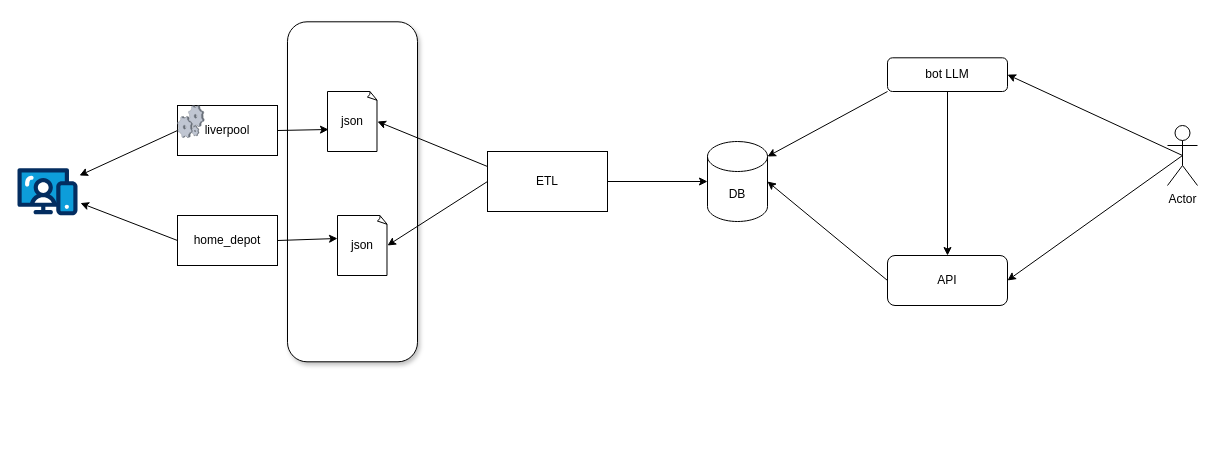
Above: project/diagram.drawio in vic-cortes/python_course (draw.io), before the change. Source tidied: cells renumbered, new cells numbered last; positions are measured from the earlier drawing's top-left corner, leaving out a move shared by most shapes. Both pictures are drawn from the tidied source at 100%, with x=0, y=0 at pixel (17, 21).
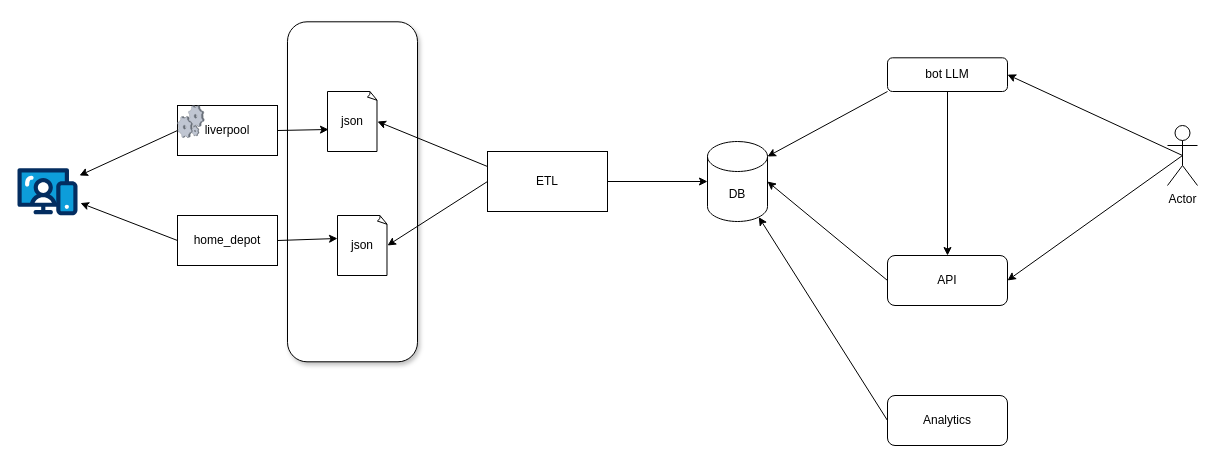
After the change.

Commit message (it also covers changes not shown here):
Add ETL debug configuration and update diagram layout

The change refers to these unchanged cells:
```xml
<mxCell id="16" value="DB" style="shape=cylinder3;whiteSpace=wrap;html=1;boundedLbl=1;backgroundOutline=1;size=15;" parent="1" vertex="1">
  <mxGeometry x="690" y="120" width="60" height="80" as="geometry" />
</mxCell>
```

The edit, as a diff of the source:
```diff
@@
+    <mxCell id="26" value="Analytics" style="rounded=1;whiteSpace=wrap;html=1;" parent="1" vertex="1">
+      <mxGeometry x="870" y="374" width="120" height="50" as="geometry" />
+    </mxCell>
+    <mxCell id="27" style="edgeStyle=none;html=1;exitX=0;exitY=0.5;exitDx=0;exitDy=0;entryX=0.855;entryY=1;entryDx=0;entryDy=-4.35;entryPerimeter=0;" parent="1" edge="1" source="26" target="16">
+      <mxGeometry relative="1" as="geometry" />
+    </mxCell>
```
